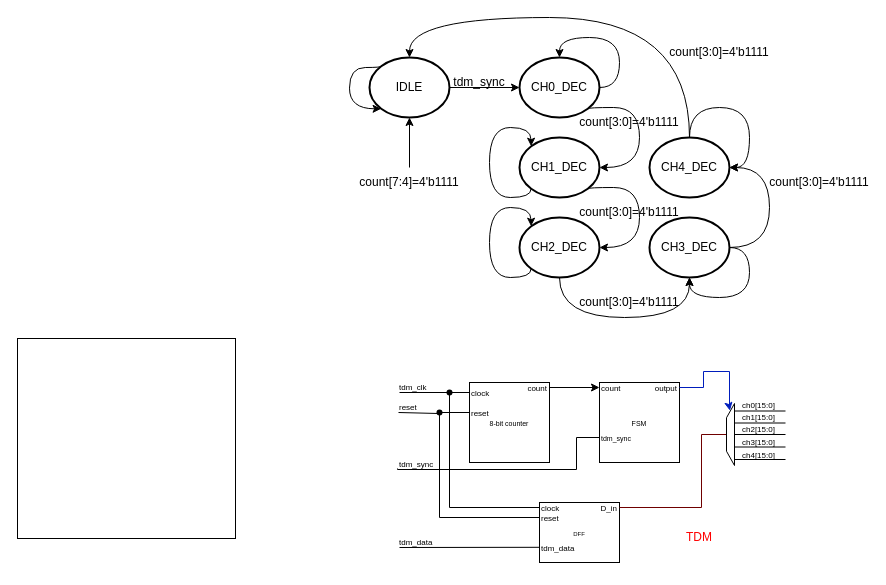
The draw.io diagram TDM/TDM.drawio in YZchen3467/drawio, before the edit. Source tidied: cells renumbered, new cells numbered last; positions are measured from the earlier drawing's top-left corner, leaving out a move shared by most shapes. Both pictures are drawn from the tidied source at 100%, with x=0, y=0 at pixel (17, 17).
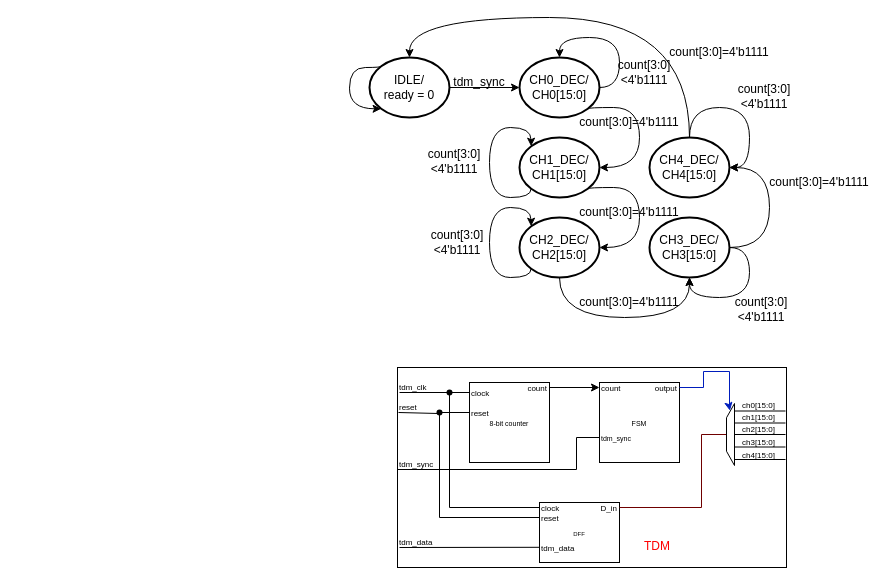
The same page after the edit.

Change to the diagram source:
```diff
@@
-    <mxCell id="2" value="IDLE" style="strokeWidth=2;html=1;shape=mxgraph.flowchart.start_2;whiteSpace=wrap;" parent="1" vertex="1">
+    <mxCell id="2" value="IDLE/&lt;br&gt;ready = 0" style="strokeWidth=2;html=1;shape=mxgraph.flowchart.start_2;whiteSpace=wrap;" parent="1" vertex="1">
       <mxGeometry x="352" y="40" width="80" height="60" as="geometry" />
     </mxCell>
-    <mxCell id="3" value="CH0_DEC" style="strokeWidth=2;html=1;shape=mxgraph.flowchart.start_2;whiteSpace=wrap;" parent="1" vertex="1">
+    <mxCell id="3" value="CH0_DEC/&lt;br&gt;CH0[15:0]" style="strokeWidth=2;html=1;shape=mxgraph.flowchart.start_2;whiteSpace=wrap;" parent="1" vertex="1">
       <mxGeometry x="502" y="40" width="80" height="60" as="geometry" />
     </mxCell>
-    <mxCell id="4" value="CH1_DEC" style="strokeWidth=2;html=1;shape=mxgraph.flowchart.start_2;whiteSpace=wrap;" parent="1" vertex="1">
+    <mxCell id="4" value="CH1_DEC/&lt;br&gt;CH1[15:0]" style="strokeWidth=2;html=1;shape=mxgraph.flowchart.start_2;whiteSpace=wrap;" parent="1" vertex="1">
       <mxGeometry x="502" y="120" width="80" height="60" as="geometry" />
     </mxCell>
-    <mxCell id="5" value="CH4_DEC" style="strokeWidth=2;html=1;shape=mxgraph.flowchart.start_2;whiteSpace=wrap;" parent="1" vertex="1">
+    <mxCell id="5" value="CH4_DEC/&lt;br&gt;CH4[15:0]" style="strokeWidth=2;html=1;shape=mxgraph.flowchart.start_2;whiteSpace=wrap;" parent="1" vertex="1">
       <mxGeometry x="632" y="120" width="80" height="60" as="geometry" />
     </mxCell>
-    <mxCell id="6" value="CH3_DEC" style="strokeWidth=2;html=1;shape=mxgraph.flowchart.start_2;whiteSpace=wrap;" parent="1" vertex="1">
+    <mxCell id="6" value="CH3_DEC/&lt;br&gt;CH3[15:0]" style="strokeWidth=2;html=1;shape=mxgraph.flowchart.start_2;whiteSpace=wrap;" parent="1" vertex="1">
       <mxGeometry x="632" y="200" width="80" height="60" as="geometry" />
     </mxCell>
-    <mxCell id="7" value="CH2_DEC" style="strokeWidth=2;html=1;shape=mxgraph.flowchart.start_2;whiteSpace=wrap;" parent="1" vertex="1">
+    <mxCell id="7" value="CH2_DEC/&lt;br&gt;CH2[15:0]" style="strokeWidth=2;html=1;shape=mxgraph.flowchart.start_2;whiteSpace=wrap;" parent="1" vertex="1">
       <mxGeometry x="502" y="200" width="80" height="60" as="geometry" />
     </mxCell>
@@
-    <mxCell id="16" style="endArrow=classic;html=1;rounded=0;entryX=0.5;entryY=1;entryDx=0;entryDy=0;entryPerimeter=0;" parent="1" edge="1" target="2">
-      <mxGeometry relative="1" as="geometry">
-        <mxPoint x="392" y="150" as="sourcePoint" />
-      </mxGeometry>
-    </mxCell>
-    <mxCell id="17" value="count[7:4]=4'b1111" style="text;html=1;strokeColor=none;fillColor=none;align=center;verticalAlign=middle;whiteSpace=wrap;rounded=0;" parent="1" vertex="1">
-      <mxGeometry x="362" y="150" width="60" height="30" as="geometry" />
-    </mxCell>
@@
     <mxCell id="28" style="rounded=0;whiteSpace=wrap;html=1;" parent="1" vertex="1">
-      <mxGeometry y="321" width="218" height="200" as="geometry" />
+      <mxGeometry x="380" y="350" width="389" height="200" as="geometry" />
     </mxCell>
@@
     <mxCell id="58" value="&lt;font color=&quot;#ff0000&quot;&gt;TDM&lt;/font&gt;" style="text;html=1;strokeColor=none;fillColor=none;align=center;verticalAlign=middle;whiteSpace=wrap;rounded=0;" parent="1" vertex="1">
-      <mxGeometry x="652" y="505" width="60" height="30" as="geometry" />
+      <mxGeometry x="610" y="514" width="60" height="30" as="geometry" />
     </mxCell>
@@
+    <mxCell id="72" value="count[3:0]&amp;lt;4'b1111" style="text;html=1;strokeColor=none;fillColor=none;align=center;verticalAlign=middle;whiteSpace=wrap;rounded=0;" parent="1" vertex="1">
+      <mxGeometry x="597" y="40" width="60" height="30" as="geometry" />
+    </mxCell>
+    <mxCell id="73" value="count[3:0]&amp;lt;4'b1111" style="text;html=1;strokeColor=none;fillColor=none;align=center;verticalAlign=middle;whiteSpace=wrap;rounded=0;" parent="1" vertex="1">
+      <mxGeometry x="407" y="129" width="60" height="30" as="geometry" />
+    </mxCell>
+    <mxCell id="74" value="count[3:0]&amp;lt;4'b1111" style="text;html=1;strokeColor=none;fillColor=none;align=center;verticalAlign=middle;whiteSpace=wrap;rounded=0;" parent="1" vertex="1">
+      <mxGeometry x="410" y="210" width="60" height="30" as="geometry" />
+    </mxCell>
+    <mxCell id="75" value="count[3:0]&amp;lt;4'b1111" style="text;html=1;strokeColor=none;fillColor=none;align=center;verticalAlign=middle;whiteSpace=wrap;rounded=0;" parent="1" vertex="1">
+      <mxGeometry x="714" y="277" width="60" height="30" as="geometry" />
+    </mxCell>
+    <mxCell id="76" value="count[3:0]&amp;lt;4'b1111" style="text;html=1;strokeColor=none;fillColor=none;align=center;verticalAlign=middle;whiteSpace=wrap;rounded=0;" parent="1" vertex="1">
+      <mxGeometry x="717" y="64" width="60" height="30" as="geometry" />
+    </mxCell>
```
